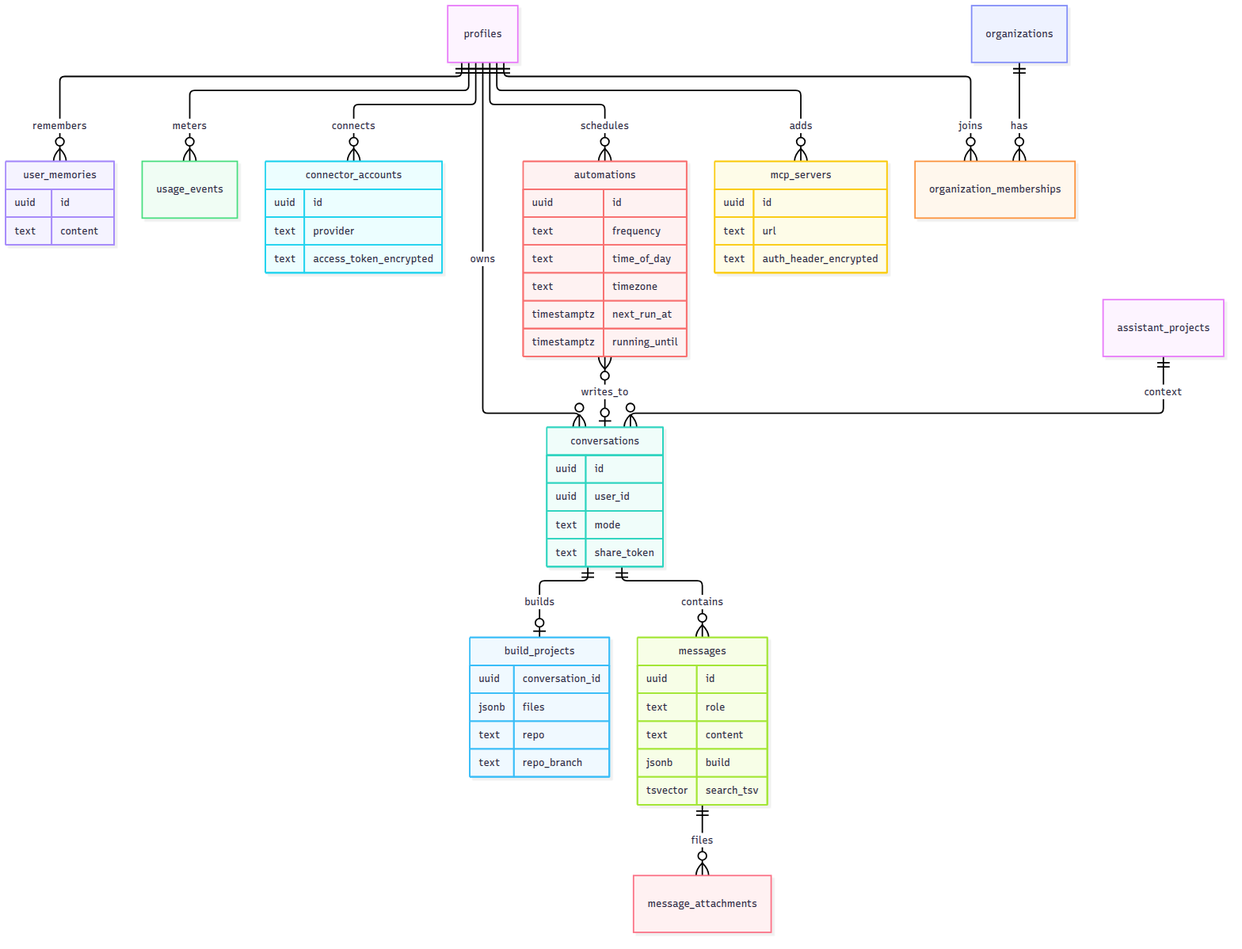
The Mermaid diagram docs/diagrams/08-data-model.png in billionairestechnologies/Friday-ai, before a commit. Its source is kept beside it as docs/diagrams/08-data-model.mmd.
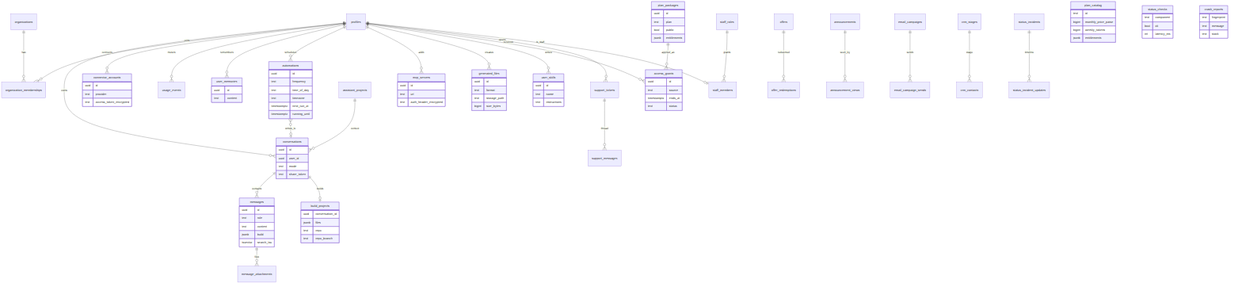
After the commit.

What changed in the source:
```diff
@@ -12,6 +12,59 @@
   messages ||--o{ message_attachments : files
   assistant_projects ||--o{ conversations : context
   automations }o--o| conversations : writes_to
+  profiles ||--o{ generated_files : creates
+  profiles ||--o{ user_skills : writes
+  profiles ||--o{ access_grants : receives
+  profiles ||--o{ support_tickets : opens
+  profiles ||--o| staff_members : is_staff
+  staff_roles ||--o{ staff_members : grants
+  support_tickets ||--o{ support_messages : thread
+  plan_packages ||--o{ access_grants : applied_as
+  offers ||--o{ offer_redemptions : redeemed
+  announcements ||--o{ announcement_views : seen_by
+  email_campaigns ||--o{ email_campaign_sends : sends
+  crm_stages ||--o{ crm_contacts : stage
+  status_incidents ||--o{ status_incident_updates : timeline
+
+  plan_catalog {
+    text id
+    bigint monthly_price_paise
+    bigint weekly_tokens
+    jsonb entitlements
+  }
+  plan_packages {
+    uuid id
+    text plan
+    bool public
+    jsonb entitlements
+  }
+  access_grants {
+    uuid id
+    text source
+    timestamptz ends_at
+    text status
+  }
+  generated_files {
+    uuid id
+    text format
+    text storage_path
+    bigint size_bytes
+  }
+  user_skills {
+    uuid id
+    text name
+    text instructions
+  }
+  status_checks {
+    text component
+    bool ok
+    int latency_ms
+  }
+  crash_reports {
+    text fingerprint
+    text message
+    text stack
+  }
 
   conversations {
     uuid id
```
